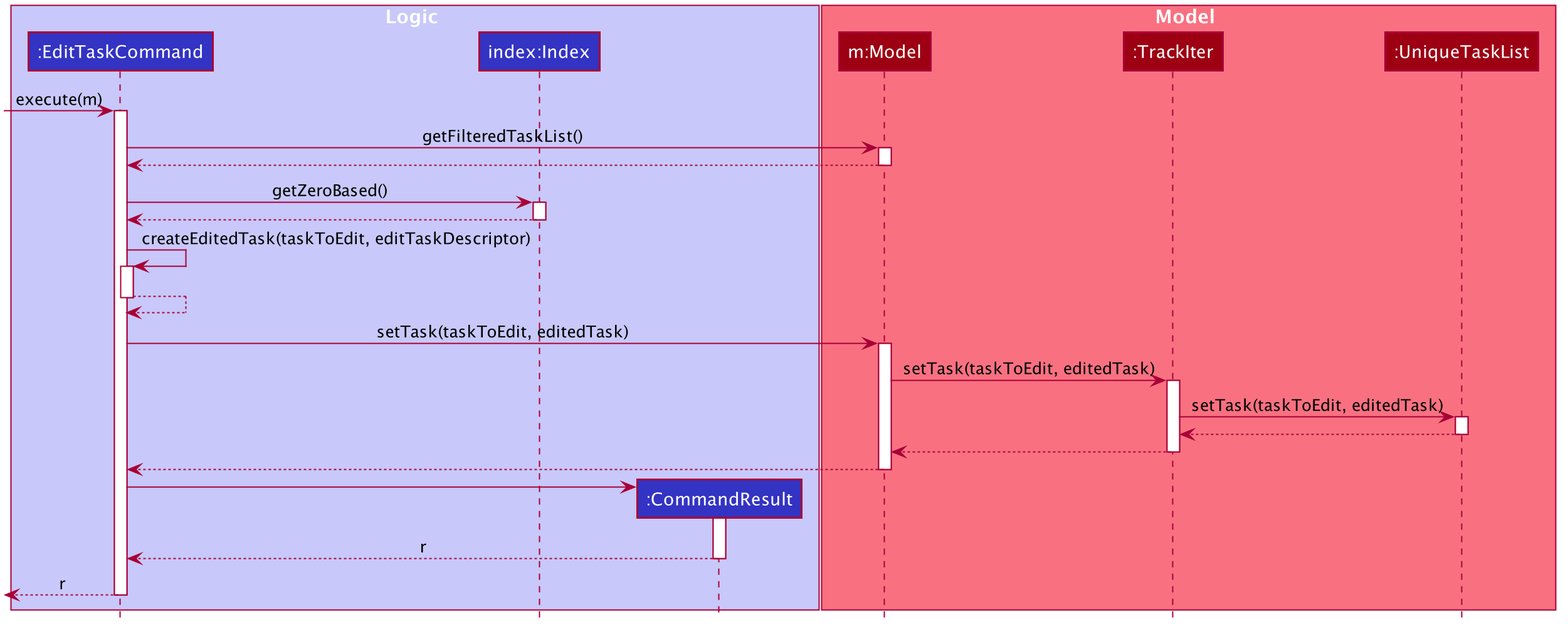
The PlantUML diagram docs/images/EditTaskSequenceDiagram.png in simonteozw/tp, before a commit.
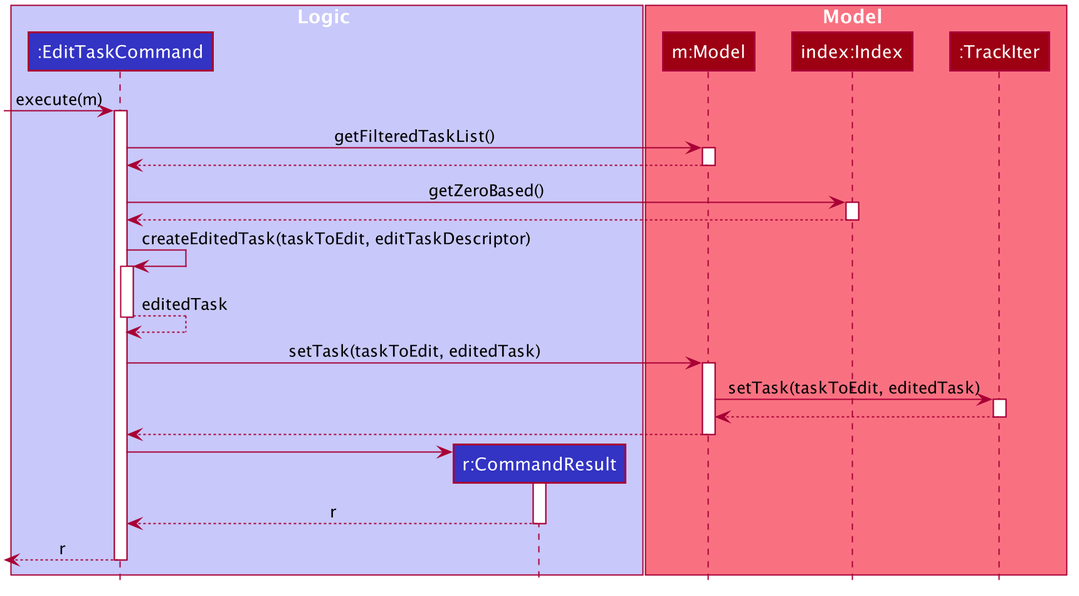
After the change.

Change to the diagram source:
```diff
@@ -17,6 +17,8 @@
     BorderColor #FFFFFF
     StereotypeFontColor #FFFFFF
     FontName Arial
+    AttributeFontColor #FFFFFF
+    AttributeIconSize 0
 }
 
 skinparam Actor {
@@ -50,14 +52,13 @@
 
 box Logic #C8C8FA
 participant ":EditTaskCommand" as EditTaskCommand #3333C4
-participant "index:Index" as index #3333C4
-participant ":CommandResult" as CommandResult #3333C4
+participant "r:CommandResult" as CommandResult #3333C4
 end box
 
 box Model #F97181
 participant "m:Model" as Model #9D0012
+participant "index:Index" as index #9D0012
 participant ":TrackIter" as TrackIter #9D0012
-participant ":UniqueTaskList" as UniqueTaskList #9D0012
 end box
 
 [-> EditTaskCommand : execute(m)
@@ -77,7 +78,7 @@
 
 EditTaskCommand -> EditTaskCommand : createEditedTask(taskToEdit, editTaskDescriptor)
 activate EditTaskCommand
-EditTaskCommand --> EditTaskCommand
+EditTaskCommand --> EditTaskCommand : editedTask
 deactivate EditTaskCommand
 
 EditTaskCommand -> Model : setTask(taskToEdit, editedTask)
@@ -85,12 +86,6 @@
 
 Model -> TrackIter : setTask(taskToEdit, editedTask)
 activate TrackIter
-
-TrackIter -> UniqueTaskList : setTask(taskToEdit, editedTask)
-activate UniqueTaskList
-
-UniqueTaskList --> TrackIter
-deactivate UniqueTaskList
 
 TrackIter --> Model
 deactivate TrackIter
```
